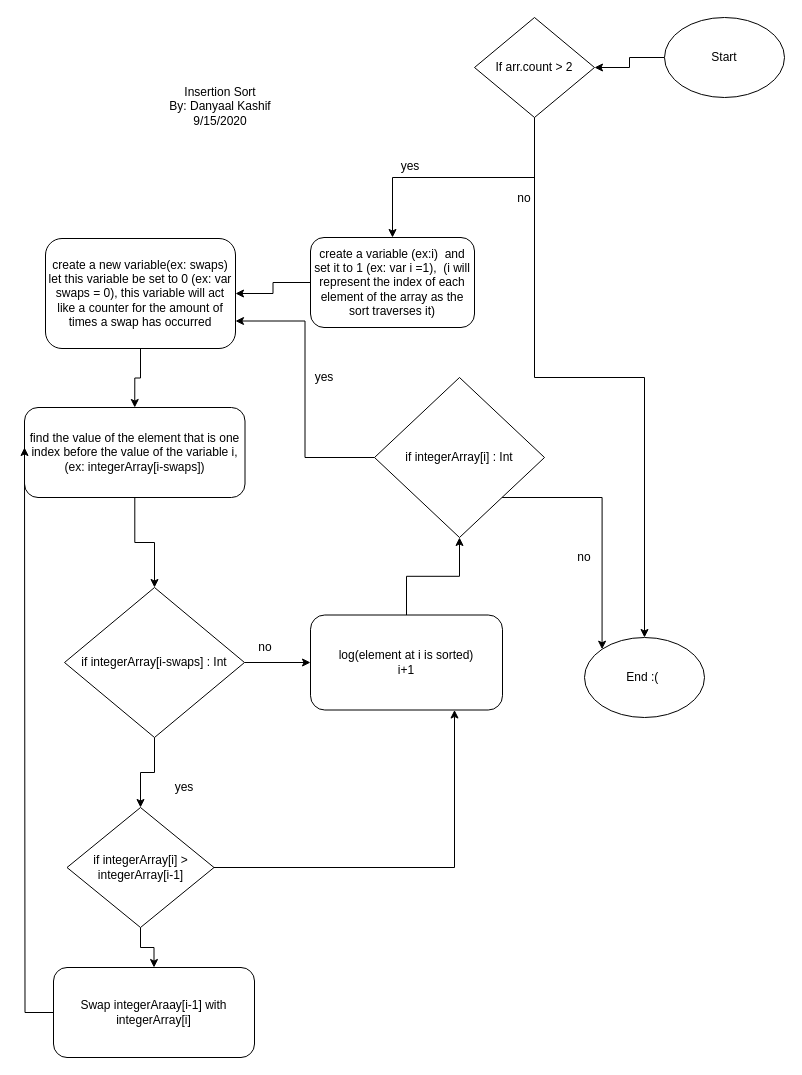
The draw.io diagram Insertion Sort.drawio in danyaalssh/Flowcharts, before the edit. Source tidied: cells renumbered, new cells numbered last; positions are measured from the earlier drawing's top-left corner, leaving out a move shared by most shapes. Both pictures are drawn from the tidied source at 100%, with x=0, y=0 at pixel (24, 17).
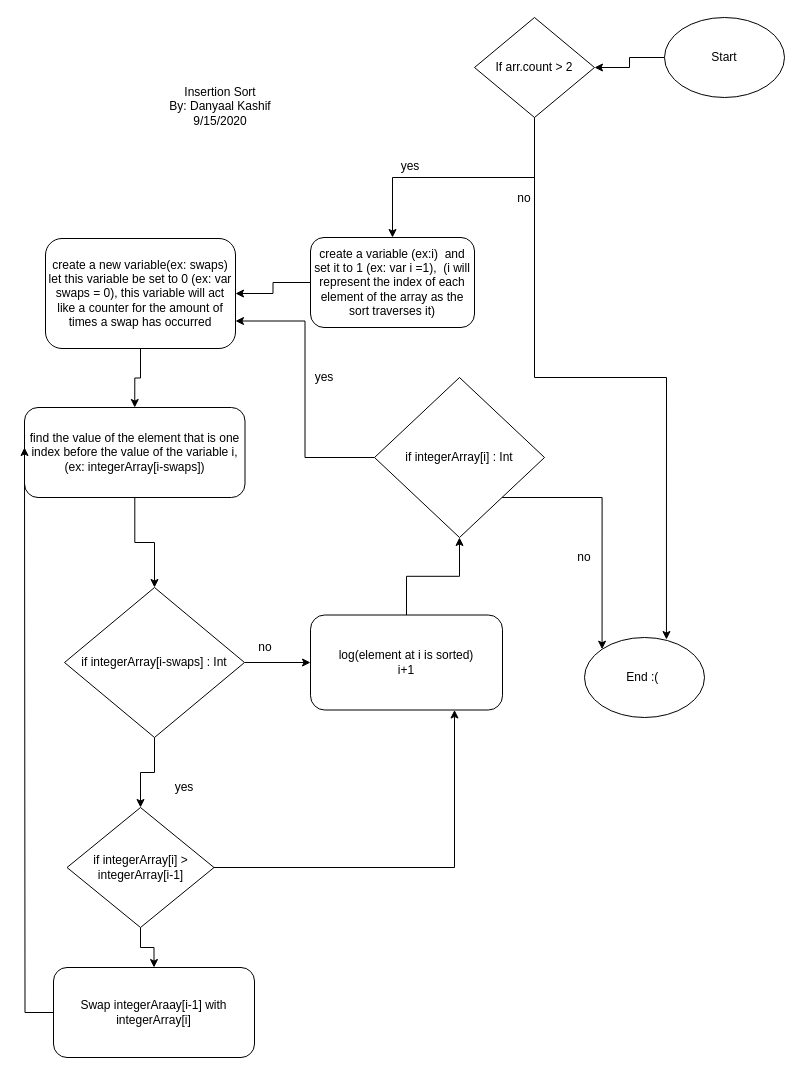
After the change.

Unchanged cells that the change refers to:
```xml
<mxCell id="7" value="If arr.count &amp;gt; 2" style="rhombus;whiteSpace=wrap;html=1;" parent="1" vertex="1">
  <mxGeometry x="450" width="120" height="100" as="geometry" />
</mxCell>
<mxCell id="9" value="End :(&amp;nbsp;" style="ellipse;whiteSpace=wrap;html=1;" parent="1" vertex="1">
  <mxGeometry x="560" y="620" width="120" height="80" as="geometry" />
</mxCell>
```

What changed in the source:
```diff
@@
-    <mxCell id="5" style="edgeStyle=orthogonalEdgeStyle;rounded=0;jettySize=auto;html=1;entryX=0.5;entryY=0;entryDx=0;entryDy=0;" parent="1" edge="1" source="7" target="9">
+    <mxCell id="5" style="edgeStyle=orthogonalEdgeStyle;rounded=0;jettySize=auto;html=1;entryX=0.683;entryY=0.025;entryDx=0;entryDy=0;entryPerimeter=0;" parent="1" edge="1" source="7" target="9">
       <mxGeometry relative="1" as="geometry" />
     </mxCell>
```
